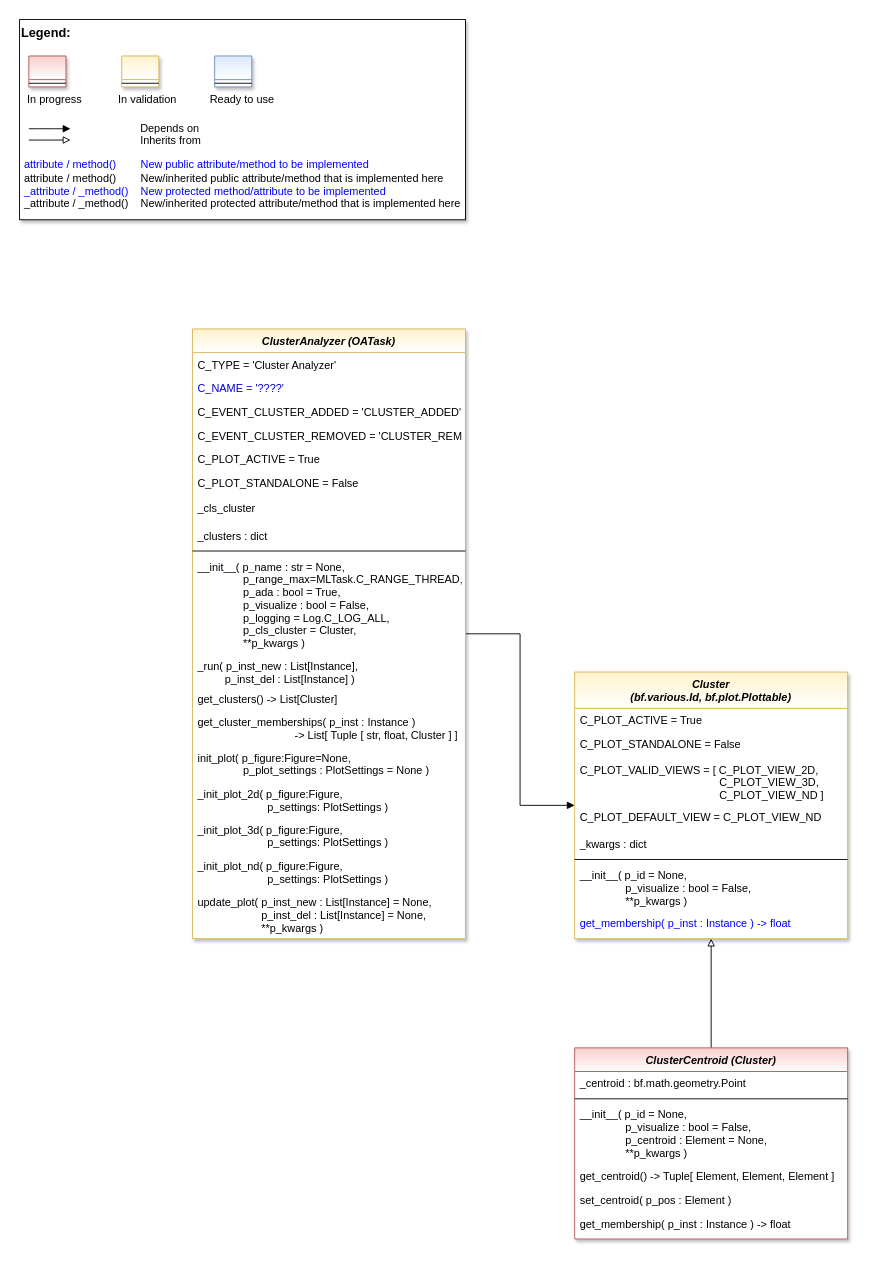
This is doc/rtd/content/04_appendices/appendix2/sub/core/mlpro_oa/streams/tasks/images/MLPro-OA-Cluster_Analyzers_class_diagram.drawio from fhswf/MLPro, a draw.io file, before an edit. Source tidied: cells renumbered, new cells numbered last; positions are measured from the earlier drawing's top-left corner, leaving out a move shared by most shapes. Both pictures are drawn from the tidied source at 91%, with x=0, y=0 at pixel (19, 19).
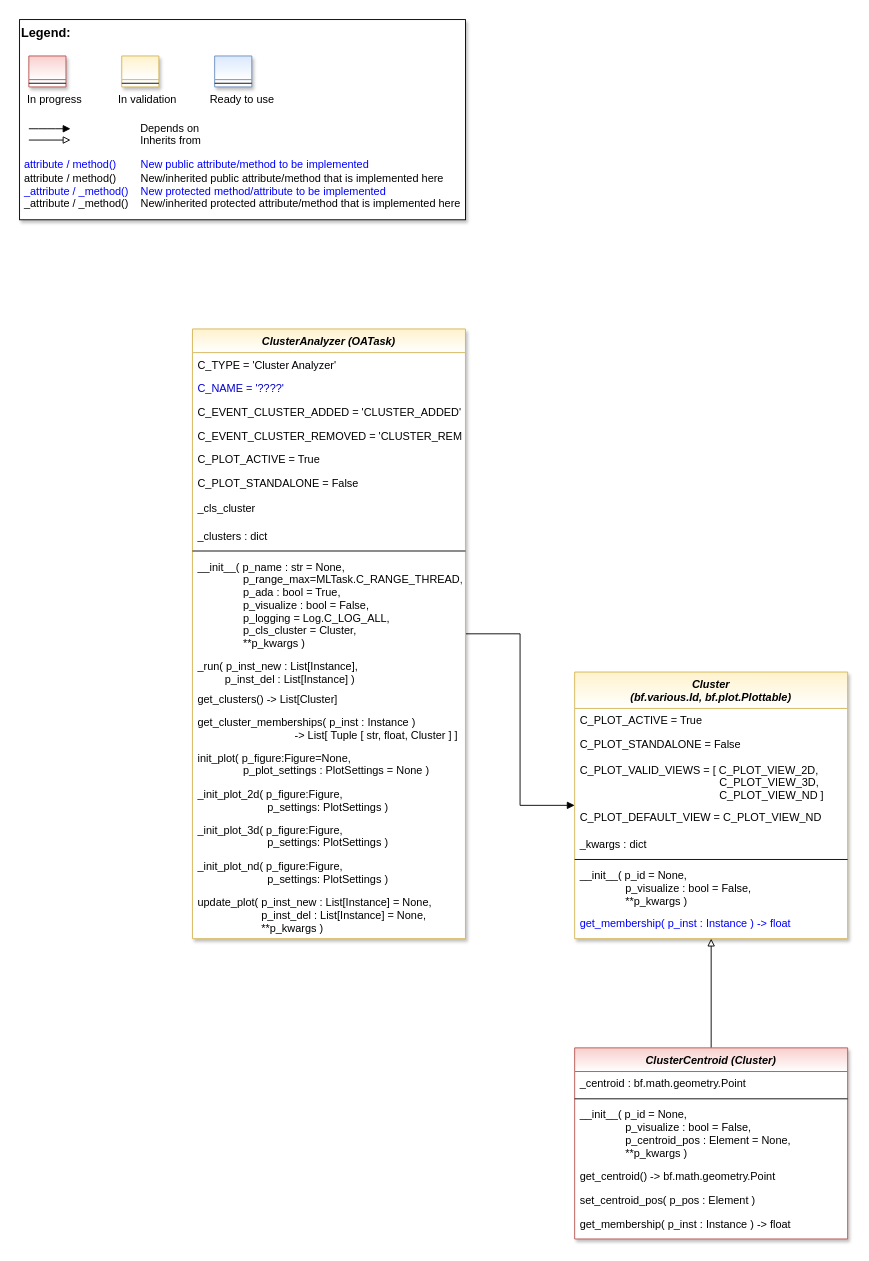
The same page after the edit.

Unchanged cells that the change refers to:
```xml
<mxCell id="42" value="ClusterCentroid (Cluster)" style="swimlane;fontStyle=3;align=center;verticalAlign=top;horizontal=1;startSize=26;rounded=0;shadow=1;strokeWidth=1;fillColor=#f8cecc;strokeColor=#b85450;swimlaneFillColor=#ffffff;gradientColor=#ffffff;" parent="1" vertex="1">
  <mxGeometry x="610" y="1130" width="300" height="210" as="geometry" />
</mxCell>
```

The edit, as a diff of the source:
```diff
@@
-    <mxCell id="45" value="__init__( p_id = None, &#10;               p_visualize : bool = False,&#10;               p_centroid : Element = None,&#10;               **p_kwargs )" style="text;align=left;verticalAlign=top;spacingLeft=4;spacingRight=4;overflow=hidden;fontColor=default;" parent="42" vertex="1">
+    <mxCell id="45" value="__init__( p_id = None, &#10;               p_visualize : bool = False,&#10;               p_centroid_pos : Element = None,&#10;               **p_kwargs )" style="text;align=left;verticalAlign=top;spacingLeft=4;spacingRight=4;overflow=hidden;fontColor=default;" parent="42" vertex="1">
       <mxGeometry y="60" width="300" height="68" as="geometry" />
     </mxCell>
-    <mxCell id="46" value="get_centroid() -&gt; Tuple[ Element, Element, Element ]" style="text;align=left;verticalAlign=top;spacingLeft=4;spacingRight=4;overflow=hidden;" parent="42" vertex="1">
+    <mxCell id="46" value="get_centroid() -&gt; bf.math.geometry.Point" style="text;align=left;verticalAlign=top;spacingLeft=4;spacingRight=4;overflow=hidden;" parent="42" vertex="1">
       <mxGeometry y="128" width="300" height="26" as="geometry" />
     </mxCell>
-    <mxCell id="47" value="set_centroid( p_pos : Element )" style="text;align=left;verticalAlign=top;spacingLeft=4;spacingRight=4;overflow=hidden;" parent="42" vertex="1">
+    <mxCell id="47" value="set_centroid_pos( p_pos : Element )" style="text;align=left;verticalAlign=top;spacingLeft=4;spacingRight=4;overflow=hidden;" parent="42" vertex="1">
       <mxGeometry y="154" width="300" height="26" as="geometry" />
     </mxCell>
```
